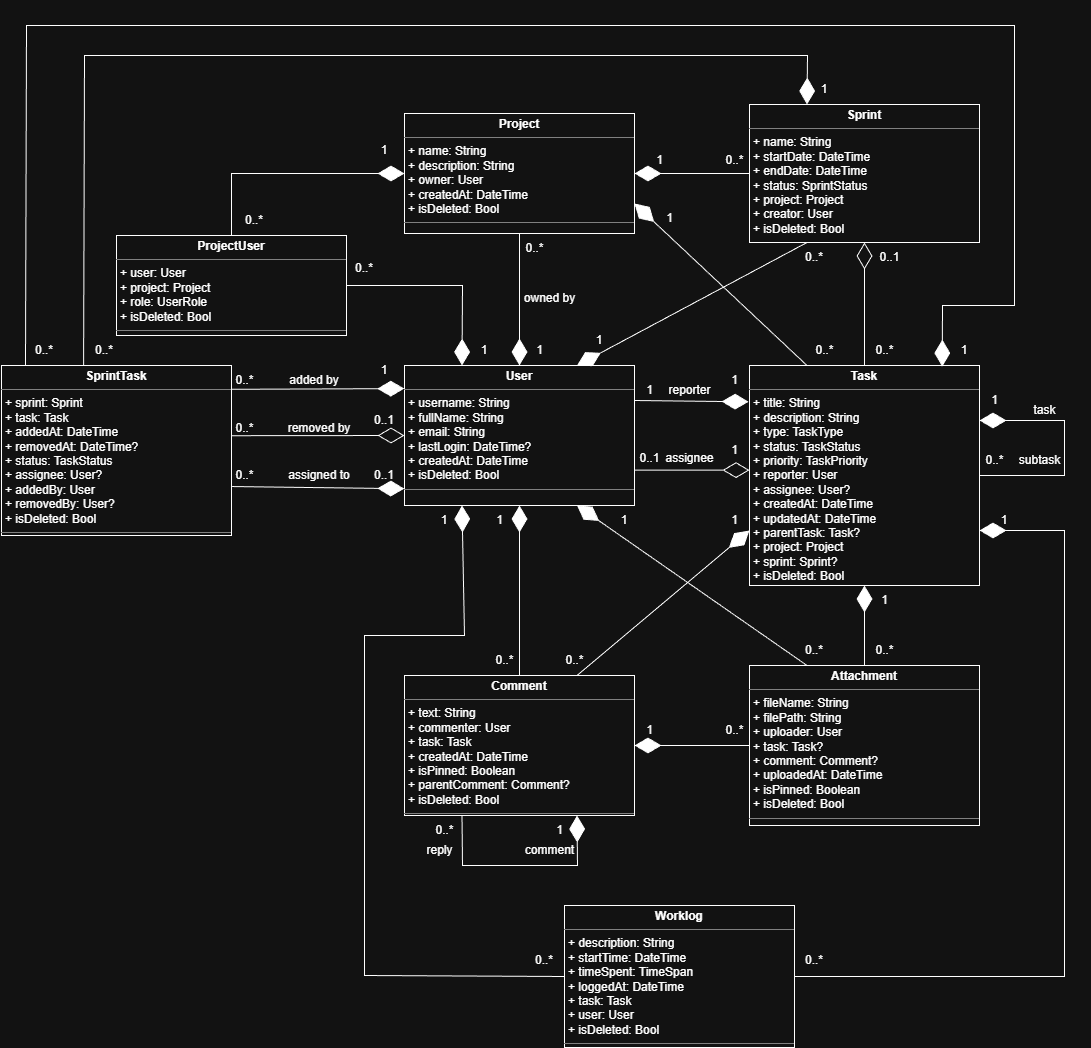
Before: UML/uml.png, a diagram exported from draw.io (Lakub/team-task-manager). Source tidied: cells renumbered, new cells last; positions are measured from the earlier drawing's top-left corner, leaving out a move shared by most shapes.
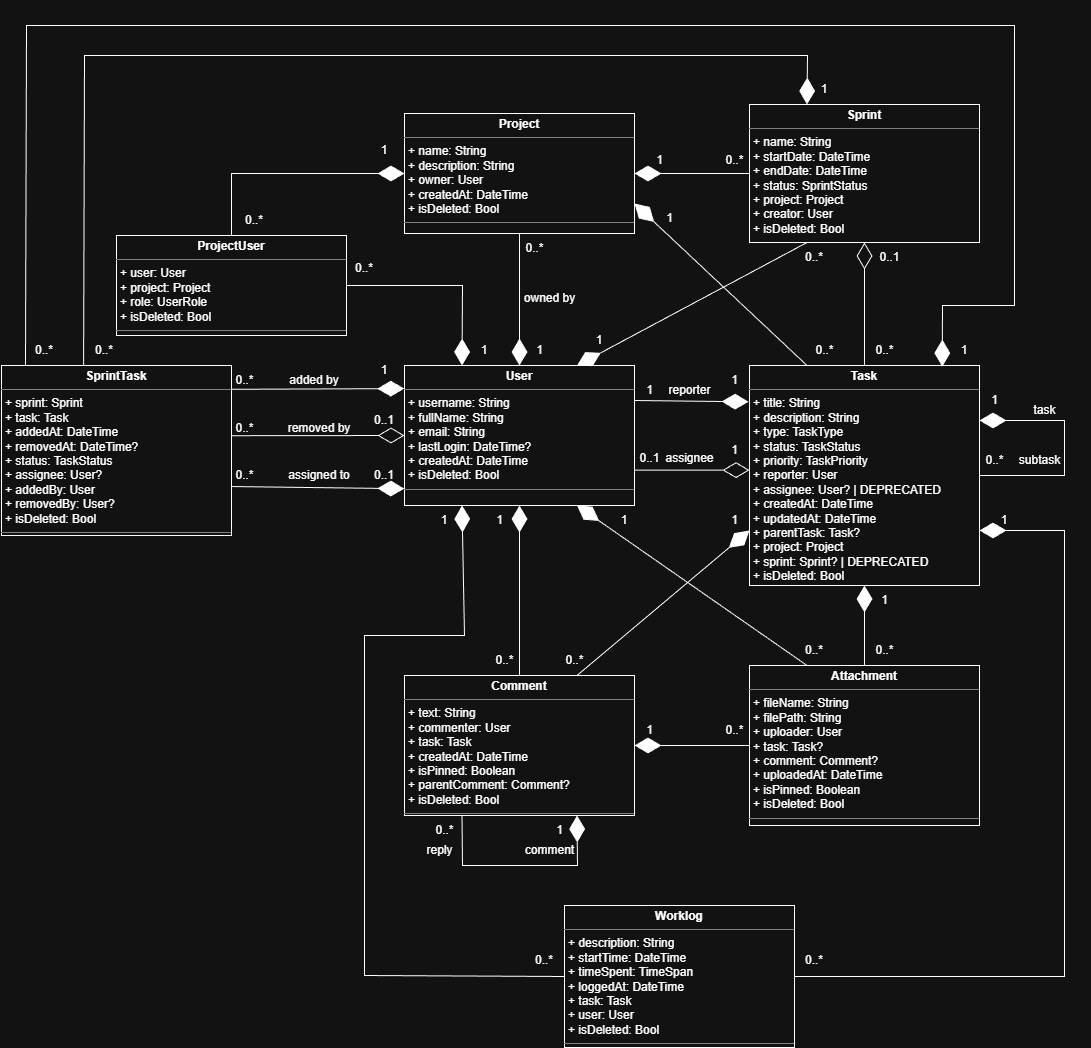
After the commit.

Commit message:
dodano oznaczenie deprecated do pól w sprintach w UML

What changed in the source:
```diff
@@ -2,7 +2,7 @@
   <root>
     <mxCell id="0" />
     <mxCell id="1" parent="0" />
-    <mxCell id="2" value="&lt;p style=&quot;margin:0px;margin-top:4px;text-align:center;&quot;&gt;&lt;b&gt;Task&lt;/b&gt;&lt;/p&gt;&lt;hr size=&quot;1&quot; style=&quot;border-style:solid;&quot;&gt;&lt;p style=&quot;margin:0px;margin-left:4px;&quot;&gt;&lt;span style=&quot;background-color: transparent; color: light-dark(rgb(0, 0, 0), rgb(255, 255, 255));&quot;&gt;+ title: String&lt;/span&gt;&lt;/p&gt;&lt;p style=&quot;margin:0px;margin-left:4px;&quot;&gt;+ description: String&lt;/p&gt;&lt;p style=&quot;margin:0px;margin-left:4px;&quot;&gt;+ type: TaskType&lt;/p&gt;&lt;p style=&quot;margin:0px;margin-left:4px;&quot;&gt;+ status: TaskStatus&lt;/p&gt;&lt;p style=&quot;margin:0px;margin-left:4px;&quot;&gt;+ priority: TaskPriority&lt;br&gt;&lt;/p&gt;&lt;p style=&quot;margin:0px;margin-left:4px;&quot;&gt;+ reporter: User&lt;/p&gt;&lt;p style=&quot;margin:0px;margin-left:4px;&quot;&gt;+ assignee: User?&amp;nbsp;&lt;/p&gt;&lt;p style=&quot;margin: 0px 0px 0px 4px;&quot;&gt;+ createdAt: DateTime&lt;/p&gt;&lt;p style=&quot;margin: 0px 0px 0px 4px;&quot;&gt;+ updatedAt: DateTime&amp;nbsp;&lt;/p&gt;&lt;p style=&quot;margin:0px;margin-left:4px;&quot;&gt;+ parentTask: Task?&lt;/p&gt;&lt;p style=&quot;margin:0px;margin-left:4px;&quot;&gt;+ project: Project&lt;/p&gt;&lt;p style=&quot;margin:0px;margin-left:4px;&quot;&gt;+ sprint: Sprint?&lt;/p&gt;&lt;p style=&quot;margin:0px;margin-left:4px;&quot;&gt;+ isDeleted: Bool&lt;/p&gt;" style="verticalAlign=top;align=left;overflow=fill;html=1;whiteSpace=wrap;" parent="1" vertex="1">
+    <mxCell id="2" value="&lt;p style=&quot;margin:0px;margin-top:4px;text-align:center;&quot;&gt;&lt;b&gt;Task&lt;/b&gt;&lt;/p&gt;&lt;hr size=&quot;1&quot; style=&quot;border-style:solid;&quot;&gt;&lt;p style=&quot;margin:0px;margin-left:4px;&quot;&gt;&lt;span style=&quot;background-color: transparent; color: light-dark(rgb(0, 0, 0), rgb(255, 255, 255));&quot;&gt;+ title: String&lt;/span&gt;&lt;/p&gt;&lt;p style=&quot;margin:0px;margin-left:4px;&quot;&gt;+ description: String&lt;/p&gt;&lt;p style=&quot;margin:0px;margin-left:4px;&quot;&gt;+ type: TaskType&lt;/p&gt;&lt;p style=&quot;margin:0px;margin-left:4px;&quot;&gt;+ status: TaskStatus&lt;/p&gt;&lt;p style=&quot;margin:0px;margin-left:4px;&quot;&gt;+ priority: TaskPriority&lt;br&gt;&lt;/p&gt;&lt;p style=&quot;margin:0px;margin-left:4px;&quot;&gt;+ reporter: User&lt;/p&gt;&lt;p style=&quot;margin:0px;margin-left:4px;&quot;&gt;+ assignee: User? | DEPRECATED&lt;/p&gt;&lt;p style=&quot;margin: 0px 0px 0px 4px;&quot;&gt;+ createdAt: DateTime&lt;/p&gt;&lt;p style=&quot;margin: 0px 0px 0px 4px;&quot;&gt;+ updatedAt: DateTime&amp;nbsp;&lt;/p&gt;&lt;p style=&quot;margin:0px;margin-left:4px;&quot;&gt;+ parentTask: Task?&lt;/p&gt;&lt;p style=&quot;margin:0px;margin-left:4px;&quot;&gt;+ project: Project&lt;/p&gt;&lt;p style=&quot;margin:0px;margin-left:4px;&quot;&gt;+ sprint: Sprint?&lt;span style=&quot;background-color: transparent; color: light-dark(rgb(0, 0, 0), rgb(255, 255, 255));&quot;&gt;&amp;nbsp;&lt;/span&gt;&lt;span style=&quot;background-color: transparent; color: light-dark(rgb(0, 0, 0), rgb(255, 255, 255));&quot;&gt;| DEPRECATED&lt;/span&gt;&lt;/p&gt;&lt;p style=&quot;margin:0px;margin-left:4px;&quot;&gt;+ isDeleted: Bool&lt;/p&gt;" style="verticalAlign=top;align=left;overflow=fill;html=1;whiteSpace=wrap;" parent="1" vertex="1">
       <mxGeometry x="748" y="340" width="230" height="220" as="geometry" />
     </mxCell>
     <mxCell id="3" value="&lt;p style=&quot;margin:0px;margin-top:4px;text-align:center;&quot;&gt;&lt;b&gt;Comment&lt;/b&gt;&lt;/p&gt;&lt;hr size=&quot;1&quot; style=&quot;border-style:solid;&quot;&gt;&lt;p style=&quot;margin:0px;margin-left:4px;&quot;&gt;&lt;span style=&quot;background-color: transparent; color: light-dark(rgb(0, 0, 0), rgb(255, 255, 255));&quot;&gt;+ text: String&lt;/span&gt;&lt;/p&gt;&lt;p style=&quot;margin:0px;margin-left:4px;&quot;&gt;+ commenter: User&lt;/p&gt;&lt;p style=&quot;margin:0px;margin-left:4px;&quot;&gt;+&amp;nbsp;&lt;span style=&quot;background-color: transparent; color: light-dark(rgb(0, 0, 0), rgb(255, 255, 255));&quot;&gt;task: Task&lt;/span&gt;&lt;/p&gt;&lt;p style=&quot;margin: 0px 0px 0px 4px;&quot;&gt;+ createdAt: DateTime&lt;/p&gt;&lt;p style=&quot;margin: 0px 0px 0px 4px;&quot;&gt;+ isPinned: Boolean&lt;br&gt;&lt;/p&gt;&lt;p style=&quot;margin: 0px 0px 0px 4px;&quot;&gt;+ parentComment: Comment?&lt;/p&gt;&lt;p style=&quot;margin: 0px 0px 0px 4px;&quot;&gt;+ isDeleted: Bool&lt;/p&gt;&lt;hr size=&quot;1&quot; style=&quot;border-style:solid;&quot;&gt;&lt;p style=&quot;margin:0px;margin-left:4px;&quot;&gt;&lt;br&gt;&lt;/p&gt;" style="verticalAlign=top;align=left;overflow=fill;html=1;whiteSpace=wrap;" parent="1" vertex="1">
```
